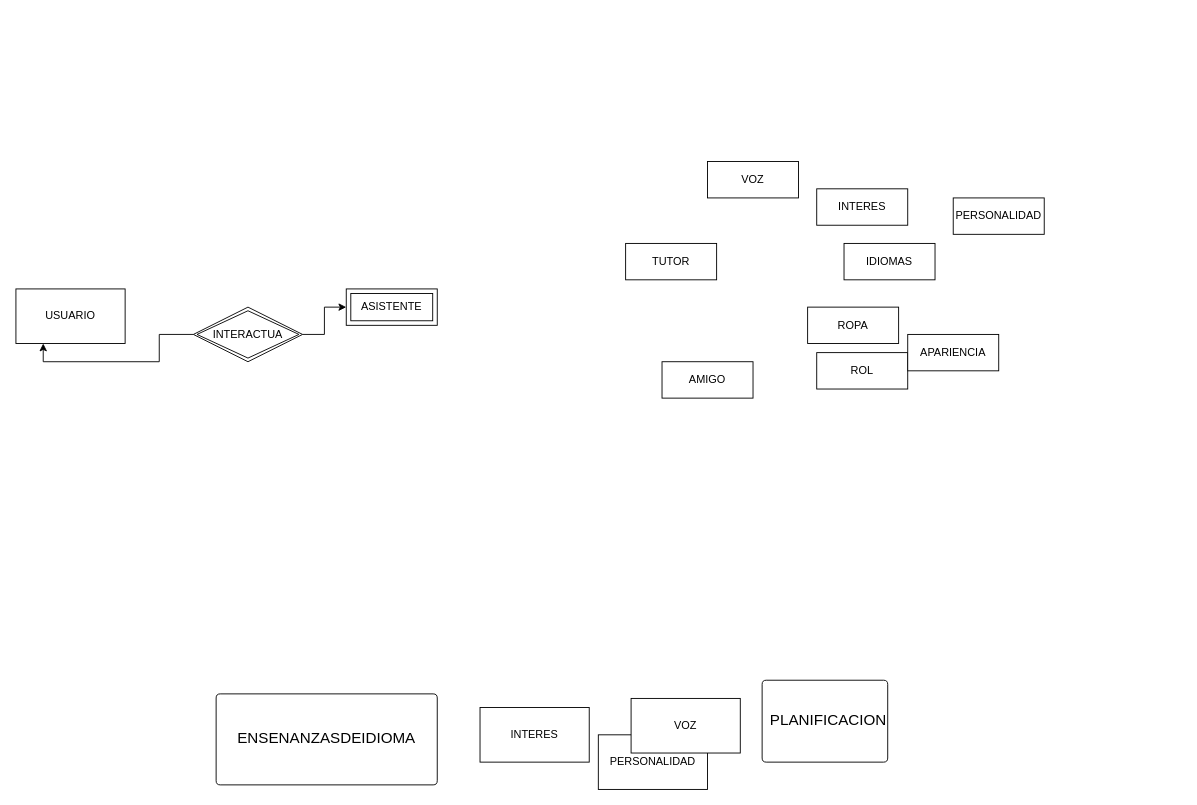
Above: obligatorio1.drawio in MartinAlonsoo/ObligatorioBD1 (draw.io), before the change. Source tidied: cells renumbered, new cells numbered last; positions are measured from the earlier drawing's top-left corner, leaving out a move shared by most shapes. Both pictures are drawn from the tidied source at 91%, with x=0, y=0 at pixel (15, 161).
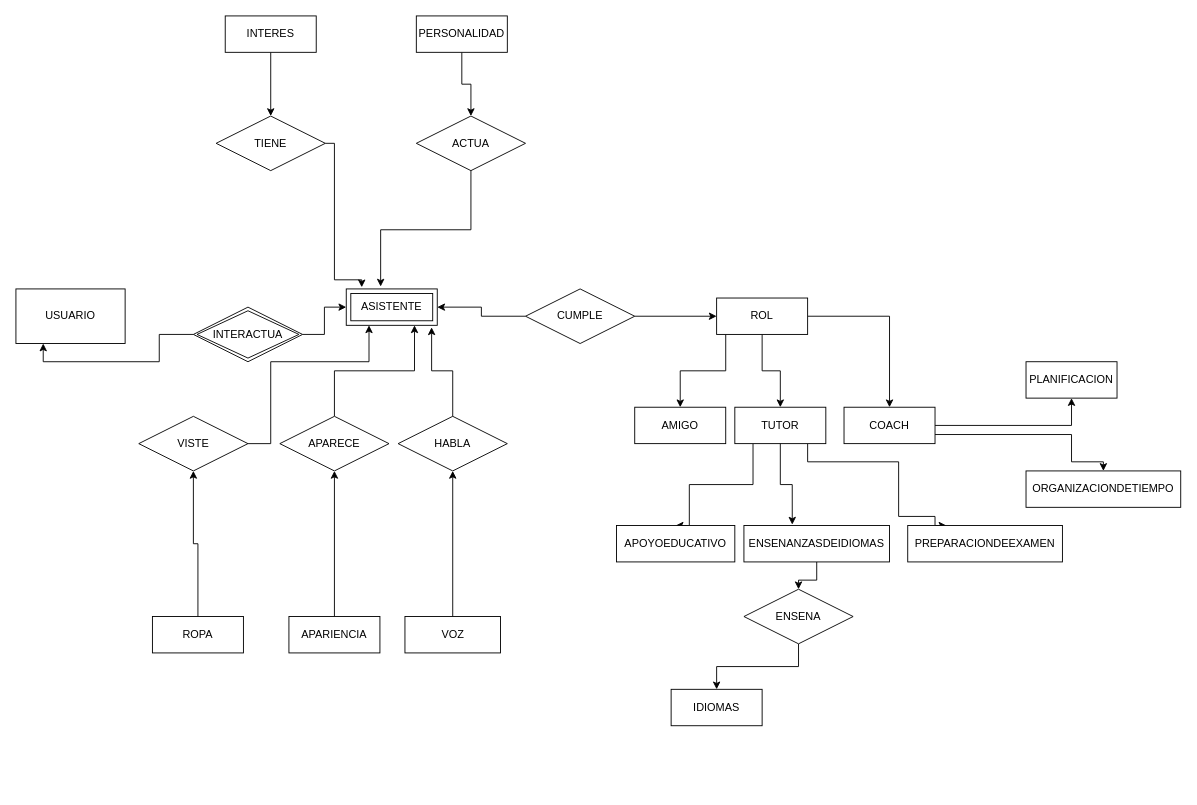
The same page after the edit.

Unchanged cells that the change refers to:
```xml
<mxCell id="8" value="ASISTENTE" style="shape=ext;margin=3;double=1;whiteSpace=wrap;html=1;align=center;" parent="1" vertex="1">
  <mxGeometry x="363" y="140" width="100" height="40" as="geometry" />
</mxCell>
```

The edit, as a diff of the source:
```diff
@@
-    <mxCell id="3" value="PLANIFICACION" style="html=1;overflow=block;blockSpacing=1;whiteSpace=wrap;fontSize=16.7;spacing=9;strokeColor=default;rounded=1;absoluteArcSize=1;arcSize=9;fillColor=#FFFFFF;strokeWidth=NaN;lucidId=nzvfRhbtnWas;" parent="1" vertex="1">
-      <mxGeometry x="820" y="570" width="138" height="90" as="geometry" />
-    </mxCell>
-    <mxCell id="4" value="ENSENANZASDEIDIOMA" style="html=1;overflow=block;blockSpacing=1;whiteSpace=wrap;fontSize=16.7;spacing=9;strokeColor=default;rounded=1;absoluteArcSize=1;arcSize=9;fillColor=#FFFFFF;strokeWidth=NaN;lucidId=ozvfAMDZbXcr;" parent="1" vertex="1">
-      <mxGeometry x="220" y="585" width="243" height="100" as="geometry" />
-    </mxCell>
-    <mxCell id="5" value="INTERES" style="rounded=0;whiteSpace=wrap;html=1;" parent="1" vertex="1">
-      <mxGeometry x="510" y="600" width="120" height="60" as="geometry" />
-    </mxCell>
-    <mxCell id="6" value="PERSONALIDAD" style="rounded=0;whiteSpace=wrap;html=1;" parent="1" vertex="1">
-      <mxGeometry x="640" y="630" width="120" height="60" as="geometry" />
-    </mxCell>
-    <mxCell id="7" value="VOZ" style="rounded=0;whiteSpace=wrap;html=1;" parent="1" vertex="1">
-      <mxGeometry x="676" y="590" width="120" height="60" as="geometry" />
-    </mxCell>
@@
+    <mxCell id="21" style="edgeStyle=orthogonalEdgeStyle;rounded=0;jettySize=auto;html=1;entryX=0.5;entryY=0;entryDx=0;entryDy=0;" parent="1" edge="1" source="12" target="14">
+      <mxGeometry relative="1" as="geometry">
+        <Array as="points">
+          <mxPoint x="780" y="230" />
+          <mxPoint x="730" y="230" />
+        </Array>
+      </mxGeometry>
+    </mxCell>
+    <mxCell id="22" style="edgeStyle=orthogonalEdgeStyle;rounded=0;jettySize=auto;html=1;entryX=0.5;entryY=0;entryDx=0;entryDy=0;" parent="1" edge="1" source="12" target="13">
+      <mxGeometry relative="1" as="geometry" />
+    </mxCell>
+    <mxCell id="23" style="edgeStyle=orthogonalEdgeStyle;rounded=0;jettySize=auto;html=1;entryX=0.5;entryY=0;entryDx=0;entryDy=0;" parent="1" edge="1" source="12" target="46">
+      <mxGeometry relative="1" as="geometry" />
+    </mxCell>
     <mxCell id="12" value="ROL" style="whiteSpace=wrap;html=1;align=center;" parent="1" vertex="1">
-      <mxGeometry x="880" y="210" width="100" height="40" as="geometry" />
+      <mxGeometry x="770" y="150" width="100" height="40" as="geometry" />
     </mxCell>
+    <mxCell id="24" style="edgeStyle=orthogonalEdgeStyle;rounded=0;jettySize=auto;html=1;entryX=0.5;entryY=0;entryDx=0;entryDy=0;" parent="1" edge="1" source="13" target="51">
+      <mxGeometry relative="1" as="geometry">
+        <Array as="points">
+          <mxPoint x="810" y="355" />
+          <mxPoint x="740" y="355" />
+        </Array>
+      </mxGeometry>
+    </mxCell>
+    <mxCell id="25" style="edgeStyle=orthogonalEdgeStyle;rounded=0;jettySize=auto;html=1;entryX=0.25;entryY=0;entryDx=0;entryDy=0;" parent="1" edge="1" source="13" target="47">
+      <mxGeometry relative="1" as="geometry">
+        <Array as="points">
+          <mxPoint x="870" y="330" />
+          <mxPoint x="970" y="330" />
+          <mxPoint x="970" y="390" />
+          <mxPoint x="1010" y="390" />
+          <mxPoint x="1010" y="400" />
+        </Array>
+      </mxGeometry>
+    </mxCell>
     <mxCell id="13" value="TUTOR" style="whiteSpace=wrap;html=1;align=center;" parent="1" vertex="1">
-      <mxGeometry x="670" y="90" width="100" height="40" as="geometry" />
+      <mxGeometry x="790" y="270" width="100" height="40" as="geometry" />
     </mxCell>
     <mxCell id="14" value="AMIGO" style="whiteSpace=wrap;html=1;align=center;" parent="1" vertex="1">
-      <mxGeometry x="710" y="220" width="100" height="40" as="geometry" />
+      <mxGeometry x="680" y="270" width="100" height="40" as="geometry" />
     </mxCell>
+    <mxCell id="26" style="edgeStyle=orthogonalEdgeStyle;rounded=0;jettySize=auto;html=1;entryX=0.5;entryY=1;entryDx=0;entryDy=0;" parent="1" edge="1" source="15" target="34">
+      <mxGeometry relative="1" as="geometry" />
+    </mxCell>
     <mxCell id="15" value="APARIENCIA" style="whiteSpace=wrap;html=1;align=center;" parent="1" vertex="1">
-      <mxGeometry x="980" y="190" width="100" height="40" as="geometry" />
+      <mxGeometry x="300" y="500" width="100" height="40" as="geometry" />
     </mxCell>
+    <mxCell id="27" style="edgeStyle=orthogonalEdgeStyle;rounded=0;jettySize=auto;html=1;entryX=0.5;entryY=1;entryDx=0;entryDy=0;" parent="1" edge="1" source="16" target="31">
+      <mxGeometry relative="1" as="geometry" />
+    </mxCell>
     <mxCell id="16" value="VOZ" style="whiteSpace=wrap;html=1;align=center;" parent="1" vertex="1">
-      <mxGeometry x="760" width="100" height="40" as="geometry" />
+      <mxGeometry x="427.5" y="500" width="105" height="40" as="geometry" />
     </mxCell>
+    <mxCell id="28" style="edgeStyle=orthogonalEdgeStyle;rounded=0;jettySize=auto;html=1;entryX=0.5;entryY=0;entryDx=0;entryDy=0;" parent="1" edge="1" source="17" target="39">
+      <mxGeometry relative="1" as="geometry" />
+    </mxCell>
     <mxCell id="17" value="PERSONALIDAD" style="whiteSpace=wrap;html=1;align=center;" parent="1" vertex="1">
-      <mxGeometry x="1030" y="40" width="100" height="40" as="geometry" />
+      <mxGeometry x="440" y="-160" width="100" height="40" as="geometry" />
     </mxCell>
+    <mxCell id="29" style="edgeStyle=orthogonalEdgeStyle;rounded=0;jettySize=auto;html=1;entryX=0.5;entryY=0;entryDx=0;entryDy=0;" parent="1" edge="1" source="18" target="37">
+      <mxGeometry relative="1" as="geometry" />
+    </mxCell>
     <mxCell id="18" value="INTERES" style="whiteSpace=wrap;html=1;align=center;" parent="1" vertex="1">
-      <mxGeometry x="880" y="30" width="100" height="40" as="geometry" />
+      <mxGeometry x="230" y="-160" width="100" height="40" as="geometry" />
     </mxCell>
     <mxCell id="19" value="IDIOMAS" style="whiteSpace=wrap;html=1;align=center;" parent="1" vertex="1">
-      <mxGeometry x="910" y="90" width="100" height="40" as="geometry" />
+      <mxGeometry x="720" y="580" width="100" height="40" as="geometry" />
     </mxCell>
+    <mxCell id="30" style="edgeStyle=orthogonalEdgeStyle;rounded=0;jettySize=auto;html=1;entryX=0.5;entryY=1;entryDx=0;entryDy=0;" parent="1" edge="1" source="20" target="36">
+      <mxGeometry relative="1" as="geometry" />
+    </mxCell>
     <mxCell id="20" value="ROPA" style="whiteSpace=wrap;html=1;align=center;" parent="1" vertex="1">
-      <mxGeometry x="870" y="160" width="100" height="40" as="geometry" />
+      <mxGeometry x="150" y="500" width="100" height="40" as="geometry" />
     </mxCell>
+    <mxCell id="31" value="HABLA" style="shape=rhombus;perimeter=rhombusPerimeter;whiteSpace=wrap;html=1;align=center;" parent="1" vertex="1">
+      <mxGeometry x="420" y="280" width="120" height="60" as="geometry" />
+    </mxCell>
+    <mxCell id="32" style="edgeStyle=orthogonalEdgeStyle;rounded=0;jettySize=auto;html=1;entryX=0.938;entryY=1.055;entryDx=0;entryDy=0;entryPerimeter=0;" parent="1" edge="1" source="31" target="8">
+      <mxGeometry relative="1" as="geometry" />
+    </mxCell>
+    <mxCell id="33" style="edgeStyle=orthogonalEdgeStyle;rounded=0;jettySize=auto;html=1;entryX=0.75;entryY=1;entryDx=0;entryDy=0;" parent="1" edge="1" source="34" target="8">
+      <mxGeometry relative="1" as="geometry" />
+    </mxCell>
+    <mxCell id="34" value="APARECE" style="shape=rhombus;perimeter=rhombusPerimeter;whiteSpace=wrap;html=1;align=center;" parent="1" vertex="1">
+      <mxGeometry x="290" y="280" width="120" height="60" as="geometry" />
+    </mxCell>
+    <mxCell id="35" style="edgeStyle=orthogonalEdgeStyle;rounded=0;jettySize=auto;html=1;entryX=0.25;entryY=1;entryDx=0;entryDy=0;" parent="1" edge="1" source="36" target="8">
+      <mxGeometry relative="1" as="geometry">
+        <Array as="points">
+          <mxPoint x="280" y="310" />
+          <mxPoint x="280" y="220" />
+          <mxPoint x="388" y="220" />
+        </Array>
+      </mxGeometry>
+    </mxCell>
+    <mxCell id="36" value="VISTE" style="shape=rhombus;perimeter=rhombusPerimeter;whiteSpace=wrap;html=1;align=center;" parent="1" vertex="1">
+      <mxGeometry x="135" y="280" width="120" height="60" as="geometry" />
+    </mxCell>
+    <mxCell id="37" value="TIENE" style="shape=rhombus;perimeter=rhombusPerimeter;whiteSpace=wrap;html=1;align=center;" parent="1" vertex="1">
+      <mxGeometry x="220" y="-50" width="120" height="60" as="geometry" />
+    </mxCell>
+    <mxCell id="38" style="edgeStyle=orthogonalEdgeStyle;rounded=0;jettySize=auto;html=1;entryX=0.17;entryY=-0.045;entryDx=0;entryDy=0;entryPerimeter=0;" parent="1" edge="1" source="37" target="8">
+      <mxGeometry relative="1" as="geometry">
+        <Array as="points">
+          <mxPoint x="350" y="-20" />
+          <mxPoint x="350" y="130" />
+          <mxPoint x="380" y="130" />
+        </Array>
+      </mxGeometry>
+    </mxCell>
+    <mxCell id="39" value="ACTUA" style="shape=rhombus;perimeter=rhombusPerimeter;whiteSpace=wrap;html=1;align=center;" parent="1" vertex="1">
+      <mxGeometry x="440" y="-50" width="120" height="60" as="geometry" />
+    </mxCell>
+    <mxCell id="40" style="edgeStyle=orthogonalEdgeStyle;rounded=0;jettySize=auto;html=1;entryX=0.378;entryY=-0.065;entryDx=0;entryDy=0;entryPerimeter=0;" parent="1" edge="1" source="39" target="8">
+      <mxGeometry relative="1" as="geometry" />
+    </mxCell>
+    <mxCell id="41" style="edgeStyle=orthogonalEdgeStyle;rounded=0;jettySize=auto;html=1;entryX=1;entryY=0.5;entryDx=0;entryDy=0;" parent="1" edge="1" source="43" target="8">
+      <mxGeometry relative="1" as="geometry" />
+    </mxCell>
+    <mxCell id="42" style="edgeStyle=orthogonalEdgeStyle;rounded=0;jettySize=auto;html=1;entryX=0;entryY=0.5;entryDx=0;entryDy=0;" parent="1" edge="1" source="43" target="12">
+      <mxGeometry relative="1" as="geometry" />
+    </mxCell>
+    <mxCell id="43" value="CUMPLE" style="shape=rhombus;perimeter=rhombusPerimeter;whiteSpace=wrap;html=1;align=center;" parent="1" vertex="1">
+      <mxGeometry x="560" y="140" width="120" height="60" as="geometry" />
+    </mxCell>
+    <mxCell id="44" style="edgeStyle=orthogonalEdgeStyle;rounded=0;jettySize=auto;html=1;" parent="1" edge="1" source="46" target="3">
+      <mxGeometry relative="1" as="geometry" />
+    </mxCell>
+    <mxCell id="45" style="edgeStyle=orthogonalEdgeStyle;rounded=0;jettySize=auto;html=1;entryX=0.5;entryY=0;entryDx=0;entryDy=0;" parent="1" edge="1" source="46" target="48">
+      <mxGeometry relative="1" as="geometry">
+        <Array as="points">
+          <mxPoint x="1160" y="300" />
+          <mxPoint x="1160" y="330" />
+          <mxPoint x="1195" y="330" />
+        </Array>
+      </mxGeometry>
+    </mxCell>
+    <mxCell id="46" value="COACH" style="whiteSpace=wrap;html=1;align=center;" parent="1" vertex="1">
+      <mxGeometry x="910" y="270" width="100" height="40" as="geometry" />
+    </mxCell>
+    <mxCell id="47" value="PREPARACIONDEEXAMEN" style="whiteSpace=wrap;html=1;align=center;" parent="1" vertex="1">
+      <mxGeometry x="980" y="400" width="170" height="40" as="geometry" />
+    </mxCell>
+    <mxCell id="48" value="ORGANIZACIONDETIEMPO" style="whiteSpace=wrap;html=1;align=center;" parent="1" vertex="1">
+      <mxGeometry x="1110" y="340" width="170" height="40" as="geometry" />
+    </mxCell>
+    <mxCell id="3" value="PLANIFICACION" style="whiteSpace=wrap;html=1;align=center;" parent="1" vertex="1">
+      <mxGeometry x="1110" y="220" width="100" height="40" as="geometry" />
+    </mxCell>
+    <mxCell id="49" style="edgeStyle=orthogonalEdgeStyle;rounded=0;jettySize=auto;html=1;entryX=0.5;entryY=0;entryDx=0;entryDy=0;" parent="1" edge="1" source="50" target="54">
+      <mxGeometry relative="1" as="geometry" />
+    </mxCell>
+    <mxCell id="50" value="ENSENANZASDEIDIOMAS" style="whiteSpace=wrap;html=1;align=center;" parent="1" vertex="1">
+      <mxGeometry x="800" y="400" width="160" height="40" as="geometry" />
+    </mxCell>
+    <mxCell id="51" value="APOYOEDUCATIVO" style="whiteSpace=wrap;html=1;align=center;" parent="1" vertex="1">
+      <mxGeometry x="660" y="400" width="130" height="40" as="geometry" />
+    </mxCell>
+    <mxCell id="52" style="edgeStyle=orthogonalEdgeStyle;rounded=0;jettySize=auto;html=1;entryX=0.332;entryY=-0.025;entryDx=0;entryDy=0;entryPerimeter=0;" parent="1" edge="1" source="13" target="50">
+      <mxGeometry relative="1" as="geometry" />
+    </mxCell>
+    <mxCell id="53" style="edgeStyle=orthogonalEdgeStyle;rounded=0;jettySize=auto;html=1;entryX=0.5;entryY=0;entryDx=0;entryDy=0;" parent="1" edge="1" source="54" target="19">
+      <mxGeometry relative="1" as="geometry" />
+    </mxCell>
+    <mxCell id="54" value="ENSENA" style="shape=rhombus;perimeter=rhombusPerimeter;whiteSpace=wrap;html=1;align=center;" parent="1" vertex="1">
+      <mxGeometry x="800" y="470" width="120" height="60" as="geometry" />
+    </mxCell>
```
